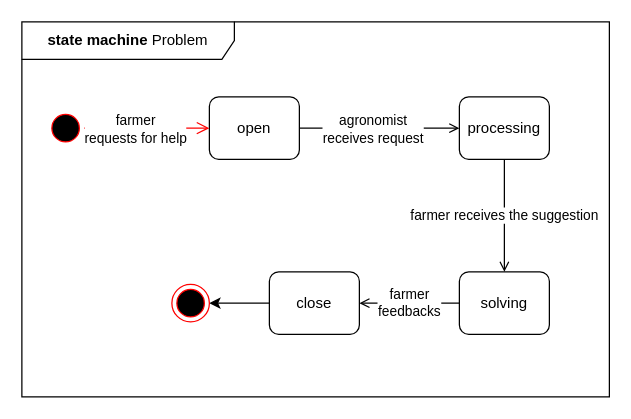
Before: page "Problem" (1 of 2) of RASD/diagrams/State Diagram.drawio in ictar/DREAM-SE2-Project-2022, a draw.io diagram. Source tidied: cells renumbered, new cells numbered last; positions are measured from the earlier drawing's top-left corner, leaving out a move shared by most shapes. Both pictures are drawn from the tidied source at 125%, with x=0, y=0 at pixel (21, 21).
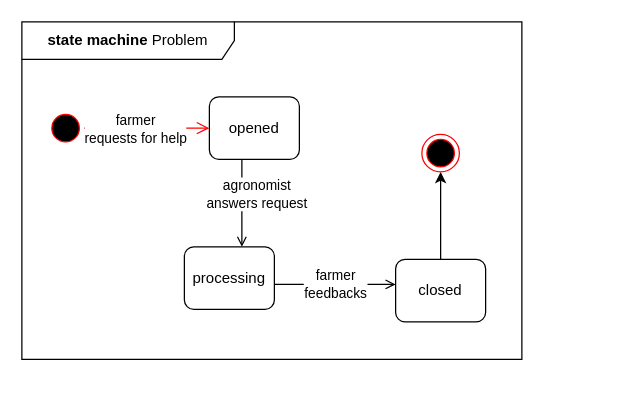
After the change.

What changed in the source:
```diff
@@
 <mxGraphModel>
   <root>
     <mxCell id="0" />
     <mxCell id="1" parent="0" />
     <mxCell id="2" value="&lt;b&gt;state machine &lt;/b&gt;Problem" style="shape=umlFrame;whiteSpace=wrap;html=1;width=170;height=30;" parent="1" vertex="1">
-      <mxGeometry width="470" height="300" as="geometry" />
+      <mxGeometry width="400" height="270" as="geometry" />
     </mxCell>
     <mxCell id="3" style="edgeStyle=elbowEdgeStyle;rounded=0;jettySize=auto;html=1;endArrow=open;endFill=0;" parent="1" edge="1" source="5" target="10">
       <mxGeometry relative="1" as="geometry" />
     </mxCell>
-    <mxCell id="4" value="agronomist&lt;br&gt;receives request" style="edgeLabel;html=1;align=center;verticalAlign=middle;" parent="3" vertex="1">
+    <mxCell id="4" value="agronomist&lt;br&gt;answers request" style="edgeLabel;html=1;align=center;verticalAlign=middle;" parent="3" vertex="1">
       <mxGeometry x="-0.25" y="1" relative="1" as="geometry">
         <mxPoint x="10" y="1" as="offset" />
       </mxGeometry>
     </mxCell>
-    <mxCell id="5" value="open" style="rounded=1;whiteSpace=wrap;html=1;" parent="1" vertex="1">
+    <mxCell id="5" value="opened" style="rounded=1;whiteSpace=wrap;html=1;" parent="1" vertex="1">
       <mxGeometry x="150" y="60" width="72" height="50" as="geometry" />
     </mxCell>
     <mxCell id="6" style="ellipse;html=1;shape=startState;fillColor=#000000;strokeColor=#ff0000;" parent="1" vertex="1">
       <mxGeometry x="20" y="70" width="30" height="30" as="geometry" />
     </mxCell>
     <mxCell id="7" style="edgeStyle=orthogonalEdgeStyle;html=1;verticalAlign=bottom;endArrow=open;endSize=8;strokeColor=#ff0000;rounded=0;entryX=0;entryY=0.5;entryDx=0;entryDy=0;" parent="1" edge="1" source="6" target="5">
       <mxGeometry relative="1" as="geometry" />
     </mxCell>
     <mxCell id="8" value="farmer &lt;br&gt;requests for help" style="edgeLabel;html=1;align=center;verticalAlign=middle;" parent="7" vertex="1">
       <mxGeometry x="-0.26" relative="1" as="geometry">
         <mxPoint x="3" as="offset" />
       </mxGeometry>
     </mxCell>
-    <mxCell id="9" value="farmer receives the suggestion" style="edgeStyle=elbowEdgeStyle;rounded=0;jettySize=auto;html=1;endArrow=open;endFill=0;elbow=horizontal;" parent="1" edge="1" source="10" target="12">
-      <mxGeometry relative="1" as="geometry" />
-    </mxCell>
     <mxCell id="10" value="processing" style="rounded=1;whiteSpace=wrap;html=1;" parent="1" vertex="1">
-      <mxGeometry x="350" y="60" width="72" height="50" as="geometry" />
+      <mxGeometry x="130" y="180" width="72" height="50" as="geometry" />
     </mxCell>
-    <mxCell id="11" value="farmer &lt;br&gt;feedbacks" style="edgeStyle=elbowEdgeStyle;rounded=0;jettySize=auto;html=1;endArrow=open;endFill=0;elbow=vertical;" parent="1" edge="1" source="12" target="14">
+    <mxCell id="11" value="farmer &lt;br&gt;feedbacks" style="edgeStyle=elbowEdgeStyle;rounded=0;jettySize=auto;html=1;endArrow=open;endFill=0;elbow=vertical;" parent="1" edge="1" source="10" target="14">
       <mxGeometry relative="1" as="geometry" />
     </mxCell>
-    <mxCell id="12" value="solving" style="rounded=1;whiteSpace=wrap;html=1;" parent="1" vertex="1">
-      <mxGeometry x="350" y="200" width="72" height="50" as="geometry" />
-    </mxCell>
     <mxCell id="13" style="edgeStyle=orthogonalEdgeStyle;rounded=0;jettySize=auto;html=1;" parent="1" edge="1" source="14" target="15">
       <mxGeometry relative="1" as="geometry" />
     </mxCell>
-    <mxCell id="14" value="close" style="rounded=1;whiteSpace=wrap;html=1;" parent="1" vertex="1">
-      <mxGeometry x="198" y="200" width="72" height="50" as="geometry" />
+    <mxCell id="14" value="closed" style="rounded=1;whiteSpace=wrap;html=1;" parent="1" vertex="1">
+      <mxGeometry x="299" y="190" width="72" height="50" as="geometry" />
     </mxCell>
     <mxCell id="15" style="ellipse;html=1;shape=endState;fillColor=#000000;strokeColor=#ff0000;" parent="1" vertex="1">
-      <mxGeometry x="120" y="210" width="30" height="30" as="geometry" />
+      <mxGeometry x="320" y="90" width="30" height="30" as="geometry" />
     </mxCell>
   </root>
 </mxGraphModel>
```
